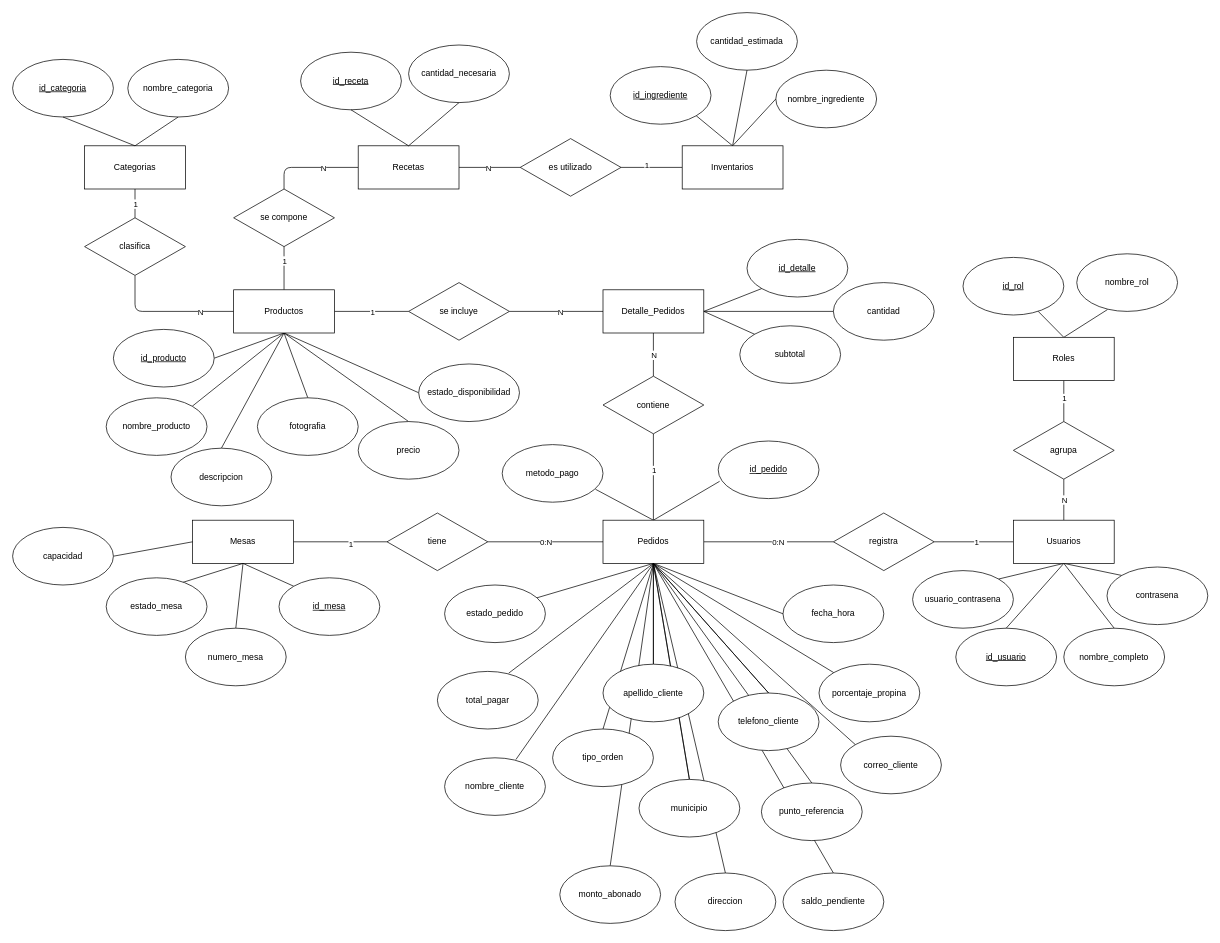
CanelaFeliz/ProyectoPPI115 keeps this draw.io diagram as documentacion/Diagramas/DiagramaER.drawio. Above is the earlier version. Source tidied: cells renumbered, new cells numbered last; positions are measured from the earlier drawing's top-left corner, leaving out a move shared by most shapes. Both pictures are drawn from the tidied source at 72%, with x=0, y=0 at pixel (12, 12).
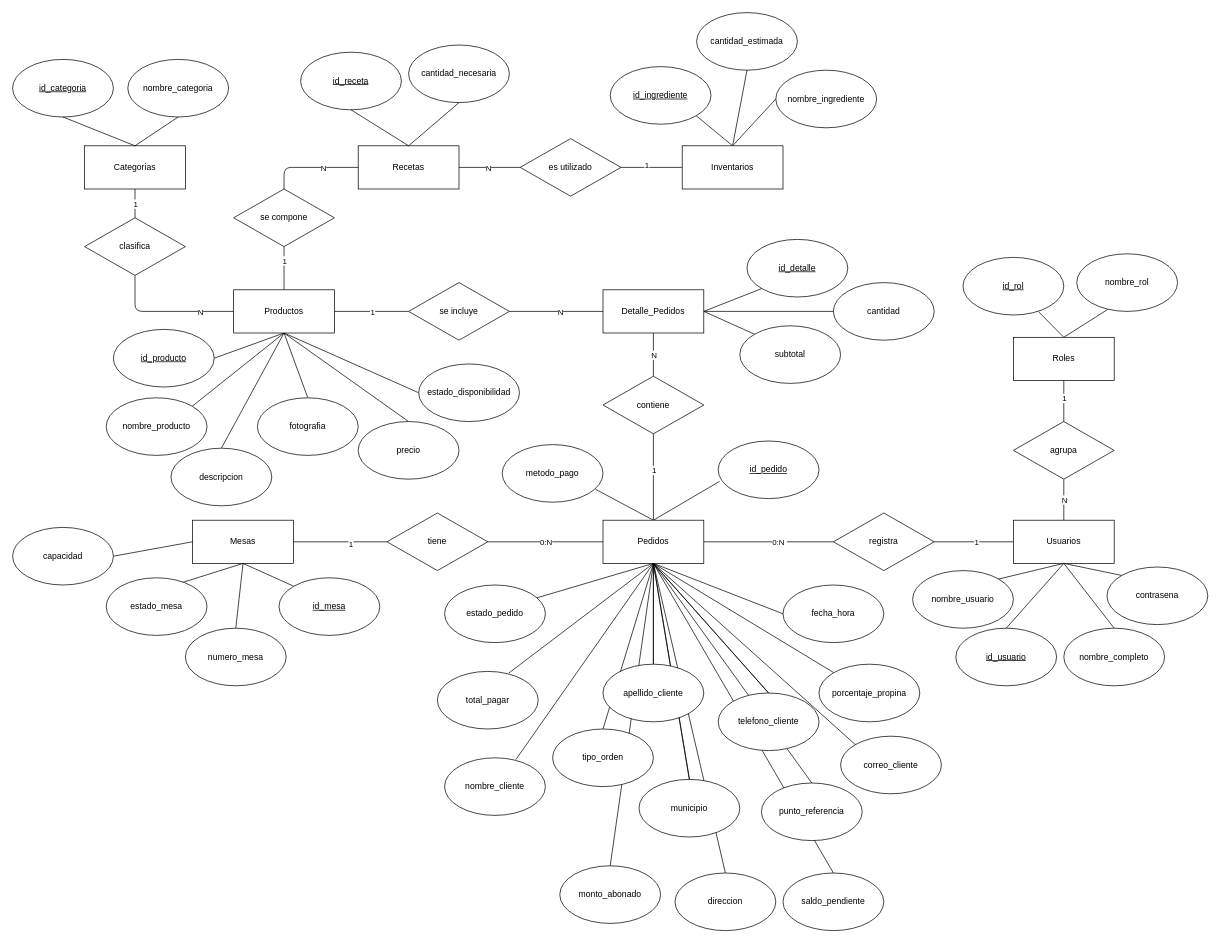
After the change.

Commit message (it also covers changes not shown here):
correccion de nomenclatura diagrama er desde nixgaru_db

Change to the diagram source:
```diff
@@
-    <mxCell id="87" value="usuario_contrasena" style="ellipse;whiteSpace=wrap;html=1;" parent="1" vertex="1">
+    <mxCell id="87" value="nombre_usuario" style="ellipse;whiteSpace=wrap;html=1;" parent="1" vertex="1">
       <mxGeometry x="1250" y="775" width="140" height="80" as="geometry" />
     </mxCell>
```
